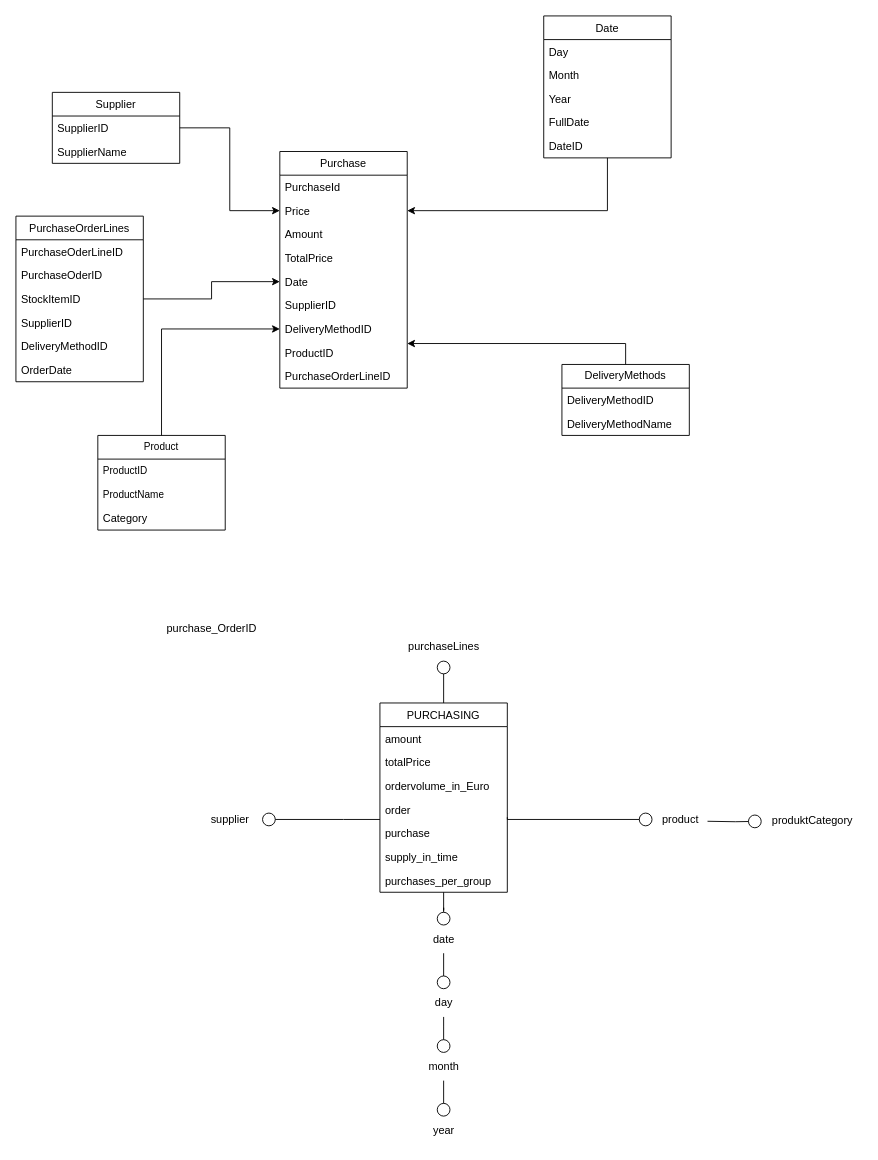
Above: page "Einkauf" (6 of 7) of Datenbankmodell_Abgabe_neu.drawio in Lukas313/PR-DKE (draw.io), before the change. Source tidied: cells renumbered, new cells numbered last; positions are measured from the earlier drawing's top-left corner, leaving out a move shared by most shapes. Both pictures are drawn from the tidied source at 91%, with x=0, y=0 at pixel (15, 15).
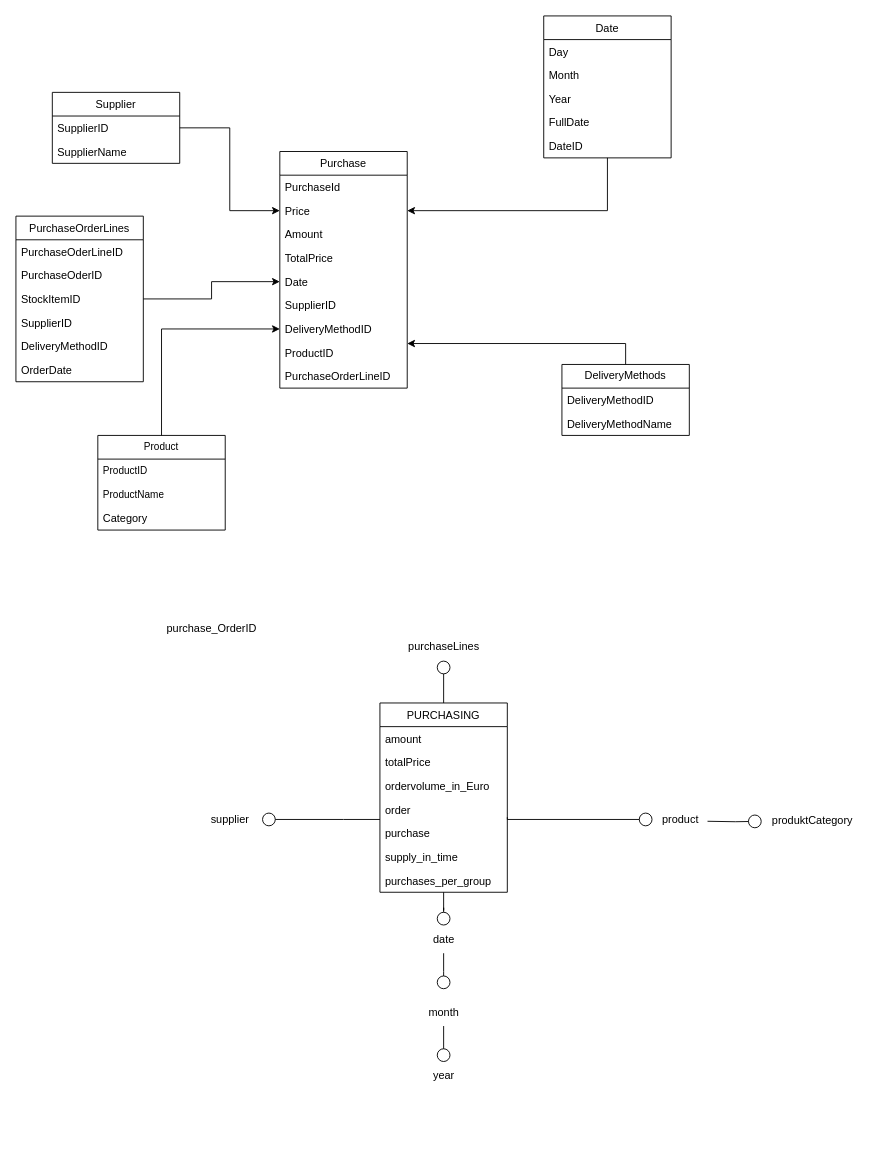
The same diagram, later.

Unchanged cells that the change refers to:
```xml
<mxCell id="41" value="date" style="text;html=1;align=center;verticalAlign=middle;points=[];strokeColor=none;fillColor=none;" parent="1" vertex="1">
  <mxGeometry x="445" y="1000" width="50" height="30" as="geometry" />
</mxCell>
```

Diff of the diagram source:
```diff
@@
     <mxCell id="42" value="year" style="text;html=1;align=center;verticalAlign=middle;points=[];strokeColor=none;fillColor=none;" parent="1" vertex="1">
-      <mxGeometry x="445" y="1210" width="50" height="30" as="geometry" />
+      <mxGeometry x="445" y="1150" width="50" height="30" as="geometry" />
     </mxCell>
-    <mxCell id="43" style="edgeStyle=orthogonalEdgeStyle;rounded=0;jettySize=auto;html=1;endArrow=circle;endFill=0;" parent="1" edge="1" source="41" target="44">
-      <mxGeometry relative="1" as="geometry" />
+    <mxCell id="43" style="edgeStyle=orthogonalEdgeStyle;rounded=0;jettySize=auto;html=1;endArrow=circle;endFill=0;" parent="1" edge="1" source="41">
+      <mxGeometry relative="1" as="geometry">
+        <mxPoint x="470" y="1070" as="targetPoint" />
+      </mxGeometry>
     </mxCell>
-    <mxCell id="44" value="day" style="text;html=1;align=center;verticalAlign=middle;points=[];strokeColor=none;fillColor=none;" parent="1" vertex="1">
-      <mxGeometry x="450" y="1070" width="40" height="30" as="geometry" />
-    </mxCell>
-    <mxCell id="45" style="edgeStyle=orthogonalEdgeStyle;rounded=0;jettySize=auto;html=1;endArrow=circle;endFill=0;" parent="1" edge="1" source="44" target="46">
-      <mxGeometry relative="1" as="geometry">
-        <Array as="points">
-          <mxPoint x="470" y="1110" />
-          <mxPoint x="470" y="1110" />
-        </Array>
-      </mxGeometry>
-    </mxCell>
     <mxCell id="46" value="month" style="text;html=1;align=center;verticalAlign=middle;points=[];strokeColor=none;fillColor=none;" parent="1" vertex="1">
-      <mxGeometry x="440" y="1140" width="60" height="30" as="geometry" />
+      <mxGeometry x="440" y="1080" width="60" height="30" as="geometry" />
     </mxCell>
```
